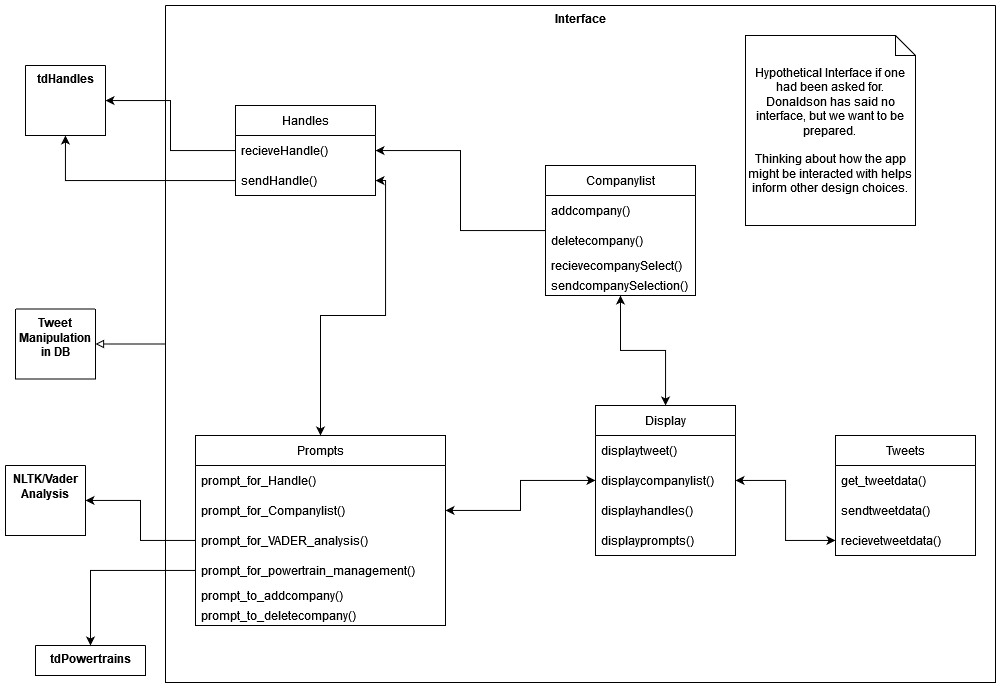
agarcia169/4306-Donaldson-Project keeps this draw.io diagram as images/iteration2/classes/architecture-HypotheticalInterfaceClass.drawio.png. Above is the earlier version. Source tidied: cells renumbered, new cells last; positions are measured from the earlier drawing's top-left corner, leaving out a move shared by most shapes.
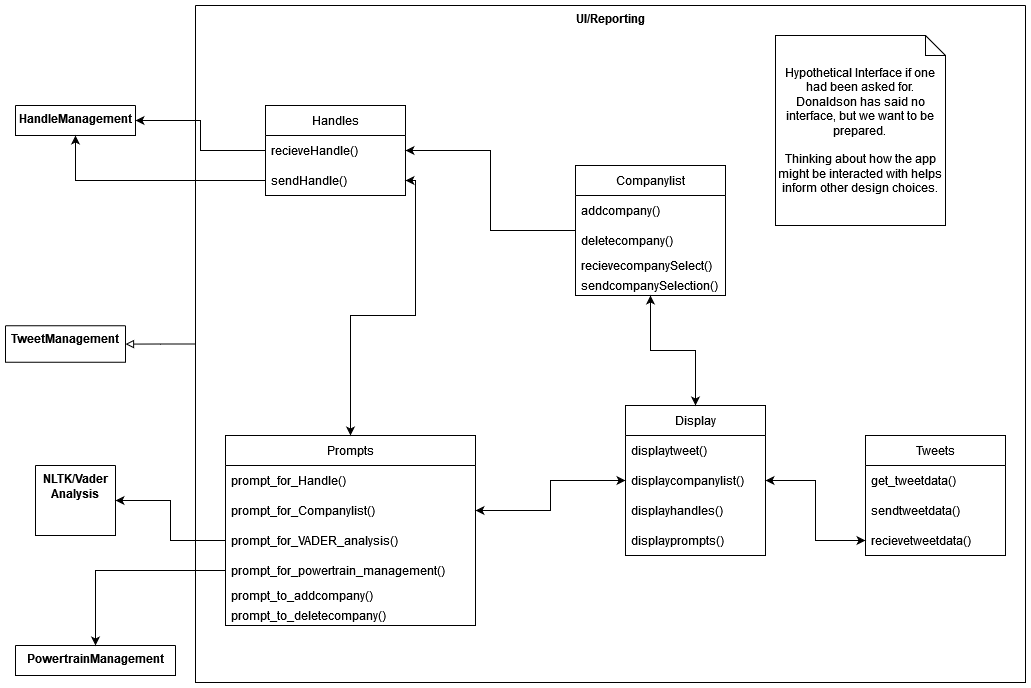
After the change.

Change to the diagram source:
```diff
@@ -2,10 +2,10 @@
   <root>
     <mxCell id="0" />
     <mxCell id="1" parent="0" />
-    <mxCell id="2" value="tdHandles" style="swimlane;startSize=0;verticalAlign=top;whiteSpace=wrap;" parent="1" vertex="1" collapsed="1">
-      <mxGeometry x="20" y="60" width="80" height="70" as="geometry" />
+    <mxCell id="2" value="HandleManagement" style="swimlane;startSize=0;verticalAlign=top;whiteSpace=wrap;" parent="1" vertex="1" collapsed="1">
+      <mxGeometry x="-20" y="100" width="120" height="30" as="geometry" />
     </mxCell>
-    <mxCell id="3" value="Interface" style="swimlane;startSize=0;verticalAlign=top;" parent="1" vertex="1">
+    <mxCell id="3" value="UI/Reporting" style="swimlane;startSize=0;verticalAlign=top;" parent="1" vertex="1">
       <mxGeometry x="160" width="830" height="677" as="geometry" />
     </mxCell>
     <mxCell id="4" value="Handles" style="swimlane;fontStyle=0;horizontal=1;startSize=30;" parent="3" vertex="1">
@@ -98,11 +98,11 @@
     <mxCell id="33" value="Hypothetical Interface if one had been asked for. Donaldson has said no interface, but we want to be prepared. &lt;br&gt;&lt;br&gt;Thinking about how the app might be interacted with helps inform other design choices." style="shape=note;size=20;whiteSpace=wrap;html=1;" parent="3" vertex="1">
       <mxGeometry x="580" y="30" width="170" height="190" as="geometry" />
     </mxCell>
-    <mxCell id="34" value="tdPowertrains" style="swimlane;startSize=0;verticalAlign=top;" parent="1" vertex="1" collapsed="1">
-      <mxGeometry x="30" y="640" width="110" height="30" as="geometry" />
+    <mxCell id="34" value="PowertrainManagement" style="swimlane;startSize=0;verticalAlign=top;" parent="1" vertex="1" collapsed="1">
+      <mxGeometry x="-20" y="640" width="160" height="30" as="geometry" />
     </mxCell>
-    <mxCell id="35" value="Tweet Manipulation in DB" style="swimlane;startSize=0;verticalAlign=top;whiteSpace=wrap;" parent="1" vertex="1" collapsed="1">
-      <mxGeometry x="10" y="303.5" width="80" height="70" as="geometry" />
+    <mxCell id="35" value="TweetManagement" style="swimlane;startSize=0;verticalAlign=top;whiteSpace=wrap;" parent="1" vertex="1" collapsed="1">
+      <mxGeometry x="-30" y="320.2" width="120" height="36.5" as="geometry" />
     </mxCell>
     <mxCell id="36" value="NLTK/Vader Analysis" style="swimlane;startSize=0;verticalAlign=top;whiteSpace=wrap;" parent="1" vertex="1" collapsed="1">
       <mxGeometry y="460" width="80" height="70" as="geometry" />
```
